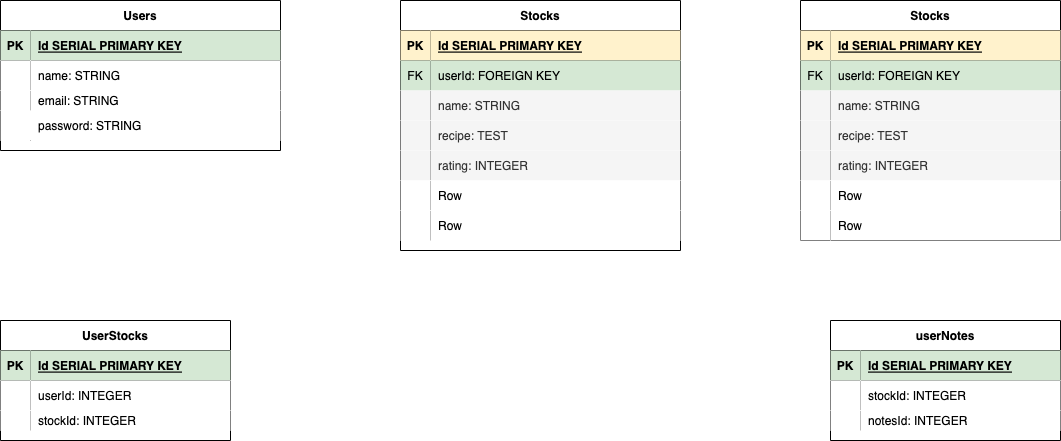
The draw.io diagram ERD.drawio.png in Professorsurf/Project-2, before a commit. Source tidied: cells renumbered, new cells last; positions are measured from the earlier drawing's top-left corner, leaving out a move shared by most shapes.
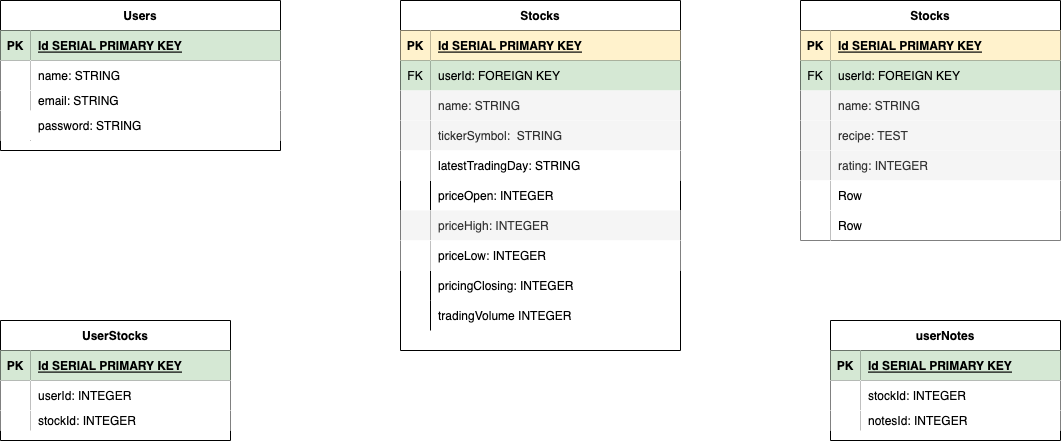
Later version of the same file.

The edit, as a diff of the source:
```diff
@@ -42,7 +42,7 @@
       <mxGeometry x="30" width="250" height="30" as="geometry" />
     </mxCell>
     <mxCell id="15" value="Stocks" style="shape=table;startSize=30;rowLines=0;fontStyle=1;align=center;rounded=0;" parent="1" vertex="1">
-      <mxGeometry x="400" width="280" height="250" as="geometry" />
+      <mxGeometry x="400" width="280" height="350" as="geometry" />
     </mxCell>
     <mxCell id="16" style="shape=tableRow;horizontal=0;startSize=0;swimlaneHead=0;swimlaneBody=0;fillColor=none;top=0;left=0;right=0;bottom=1;rounded=0;" parent="15" vertex="1">
       <mxGeometry y="30" width="280" height="30" as="geometry" />
@@ -77,36 +77,63 @@
     <mxCell id="26" style="shape=partialRectangle;fillColor=#f5f5f5;top=0;left=0;bottom=0;right=0;overflow=hidden;fontColor=#333333;strokeColor=#666666;rounded=0;" parent="25" vertex="1">
       <mxGeometry width="30" height="30" as="geometry" />
     </mxCell>
-    <mxCell id="27" value="recipe: TEST" style="shape=partialRectangle;fillColor=#f5f5f5;top=0;left=0;bottom=0;right=0;align=left;spacingLeft=6;overflow=hidden;fontColor=#333333;strokeColor=#666666;rounded=0;" parent="25" vertex="1">
+    <mxCell id="27" value="tickerSymbol:  STRING" style="shape=partialRectangle;fillColor=#f5f5f5;top=0;left=0;bottom=0;right=0;align=left;spacingLeft=6;overflow=hidden;fontColor=#333333;strokeColor=#666666;rounded=0;" parent="25" vertex="1">
       <mxGeometry x="30" width="250" height="30" as="geometry" />
     </mxCell>
+    <mxCell id="34" style="shape=tableRow;horizontal=0;startSize=0;swimlaneHead=0;swimlaneBody=0;fillColor=none;top=0;left=0;right=0;bottom=0;rounded=0;" parent="15" vertex="1">
+      <mxGeometry y="150" width="280" height="30" as="geometry" />
+    </mxCell>
+    <mxCell id="35" style="shape=partialRectangle;top=0;left=0;bottom=0;right=0;overflow=hidden;rounded=0;" parent="34" vertex="1">
+      <mxGeometry width="30" height="30" as="geometry" />
+    </mxCell>
+    <mxCell id="36" value="latestTradingDay: STRING" style="shape=partialRectangle;top=0;left=0;bottom=0;right=0;align=left;spacingLeft=6;overflow=hidden;rounded=0;" parent="34" vertex="1">
+      <mxGeometry x="30" width="250" height="30" as="geometry" />
+    </mxCell>
+    <mxCell id="79" style="shape=tableRow;horizontal=0;startSize=0;swimlaneHead=0;swimlaneBody=0;fillColor=none;top=0;left=0;right=0;bottom=0;" parent="15" vertex="1">
+      <mxGeometry y="180" width="280" height="30" as="geometry" />
+    </mxCell>
+    <mxCell id="80" style="shape=partialRectangle;fillColor=none;top=0;left=0;bottom=0;right=0;overflow=hidden;" parent="79" vertex="1">
+      <mxGeometry width="30" height="30" as="geometry" />
+    </mxCell>
+    <mxCell id="81" value="priceOpen: INTEGER" style="shape=partialRectangle;fillColor=none;top=0;left=0;bottom=0;right=0;align=left;spacingLeft=6;overflow=hidden;" parent="79" vertex="1">
+      <mxGeometry x="30" width="250" height="30" as="geometry" />
+    </mxCell>
     <mxCell id="28" style="shape=tableRow;horizontal=0;startSize=0;swimlaneHead=0;swimlaneBody=0;fillColor=none;top=0;left=0;right=0;bottom=0;rounded=0;" parent="15" vertex="1">
-      <mxGeometry y="150" width="280" height="30" as="geometry" />
+      <mxGeometry y="210" width="280" height="30" as="geometry" />
     </mxCell>
     <mxCell id="29" style="shape=partialRectangle;fillColor=#f5f5f5;top=0;left=0;bottom=0;right=0;overflow=hidden;fontColor=#333333;strokeColor=#666666;rounded=0;" parent="28" vertex="1">
       <mxGeometry width="30" height="30" as="geometry" />
     </mxCell>
-    <mxCell id="30" value="rating: INTEGER" style="shape=partialRectangle;fillColor=#f5f5f5;top=0;left=0;bottom=0;right=0;align=left;spacingLeft=6;overflow=hidden;fontColor=#333333;strokeColor=#666666;rounded=0;" parent="28" vertex="1">
+    <mxCell id="30" value="priceHigh: INTEGER" style="shape=partialRectangle;fillColor=#f5f5f5;top=0;left=0;bottom=0;right=0;align=left;spacingLeft=6;overflow=hidden;fontColor=#333333;strokeColor=#666666;rounded=0;" parent="28" vertex="1">
       <mxGeometry x="30" width="250" height="30" as="geometry" />
     </mxCell>
     <mxCell id="31" style="shape=tableRow;horizontal=0;startSize=0;swimlaneHead=0;swimlaneBody=0;fillColor=none;top=0;left=0;right=0;bottom=0;rounded=0;" parent="15" vertex="1">
-      <mxGeometry y="180" width="280" height="30" as="geometry" />
+      <mxGeometry y="240" width="280" height="30" as="geometry" />
     </mxCell>
     <mxCell id="32" style="shape=partialRectangle;top=0;left=0;bottom=0;right=0;overflow=hidden;rounded=0;" parent="31" vertex="1">
       <mxGeometry width="30" height="30" as="geometry" />
     </mxCell>
-    <mxCell id="33" value="Row" style="shape=partialRectangle;top=0;left=0;bottom=0;right=0;align=left;spacingLeft=6;overflow=hidden;rounded=0;" parent="31" vertex="1">
+    <mxCell id="33" value="priceLow: INTEGER" style="shape=partialRectangle;top=0;left=0;bottom=0;right=0;align=left;spacingLeft=6;overflow=hidden;rounded=0;" parent="31" vertex="1">
       <mxGeometry x="30" width="250" height="30" as="geometry" />
     </mxCell>
-    <mxCell id="34" style="shape=tableRow;horizontal=0;startSize=0;swimlaneHead=0;swimlaneBody=0;fillColor=none;top=0;left=0;right=0;bottom=0;rounded=0;" parent="15" vertex="1">
-      <mxGeometry y="210" width="280" height="30" as="geometry" />
-    </mxCell>
-    <mxCell id="35" style="shape=partialRectangle;top=0;left=0;bottom=0;right=0;overflow=hidden;rounded=0;" parent="34" vertex="1">
-      <mxGeometry width="30" height="30" as="geometry" />
-    </mxCell>
-    <mxCell id="36" value="Row" style="shape=partialRectangle;top=0;left=0;bottom=0;right=0;align=left;spacingLeft=6;overflow=hidden;rounded=0;" parent="34" vertex="1">
-      <mxGeometry x="30" width="250" height="30" as="geometry" />
-    </mxCell>
+    <mxCell id="82" style="shape=tableRow;horizontal=0;startSize=0;swimlaneHead=0;swimlaneBody=0;fillColor=none;top=0;left=0;right=0;bottom=0;" parent="15" vertex="1">
+      <mxGeometry y="270" width="280" height="30" as="geometry" />
+    </mxCell>
+    <mxCell id="83" style="shape=partialRectangle;fillColor=none;top=0;left=0;bottom=0;right=0;overflow=hidden;" parent="82" vertex="1">
+      <mxGeometry width="30" height="30" as="geometry" />
+    </mxCell>
+    <mxCell id="84" value="pricingClosing: INTEGER" style="shape=partialRectangle;fillColor=none;top=0;left=0;bottom=0;right=0;align=left;spacingLeft=6;overflow=hidden;" parent="82" vertex="1">
+      <mxGeometry x="30" width="250" height="30" as="geometry" />
+    </mxCell>
+    <mxCell id="85" style="shape=tableRow;horizontal=0;startSize=0;swimlaneHead=0;swimlaneBody=0;fillColor=none;top=0;left=0;right=0;bottom=0;" parent="15" vertex="1">
+      <mxGeometry y="300" width="280" height="30" as="geometry" />
+    </mxCell>
+    <mxCell id="86" style="shape=partialRectangle;fillColor=none;top=0;left=0;bottom=0;right=0;overflow=hidden;" parent="85" vertex="1">
+      <mxGeometry width="30" height="30" as="geometry" />
+    </mxCell>
+    <mxCell id="87" value="tradingVolume INTEGER" style="shape=partialRectangle;fillColor=none;top=0;left=0;bottom=0;right=0;align=left;spacingLeft=6;overflow=hidden;" parent="85" vertex="1">
+      <mxGeometry x="30" width="250" height="30" as="geometry" />
+    </mxCell>
     <mxCell id="37" value="UserStocks" style="shape=table;startSize=30;rowLines=0;fontStyle=1;align=center;rounded=0;" parent="1" vertex="1">
       <mxGeometry y="320" width="230" height="120" as="geometry" />
     </mxCell>
```
